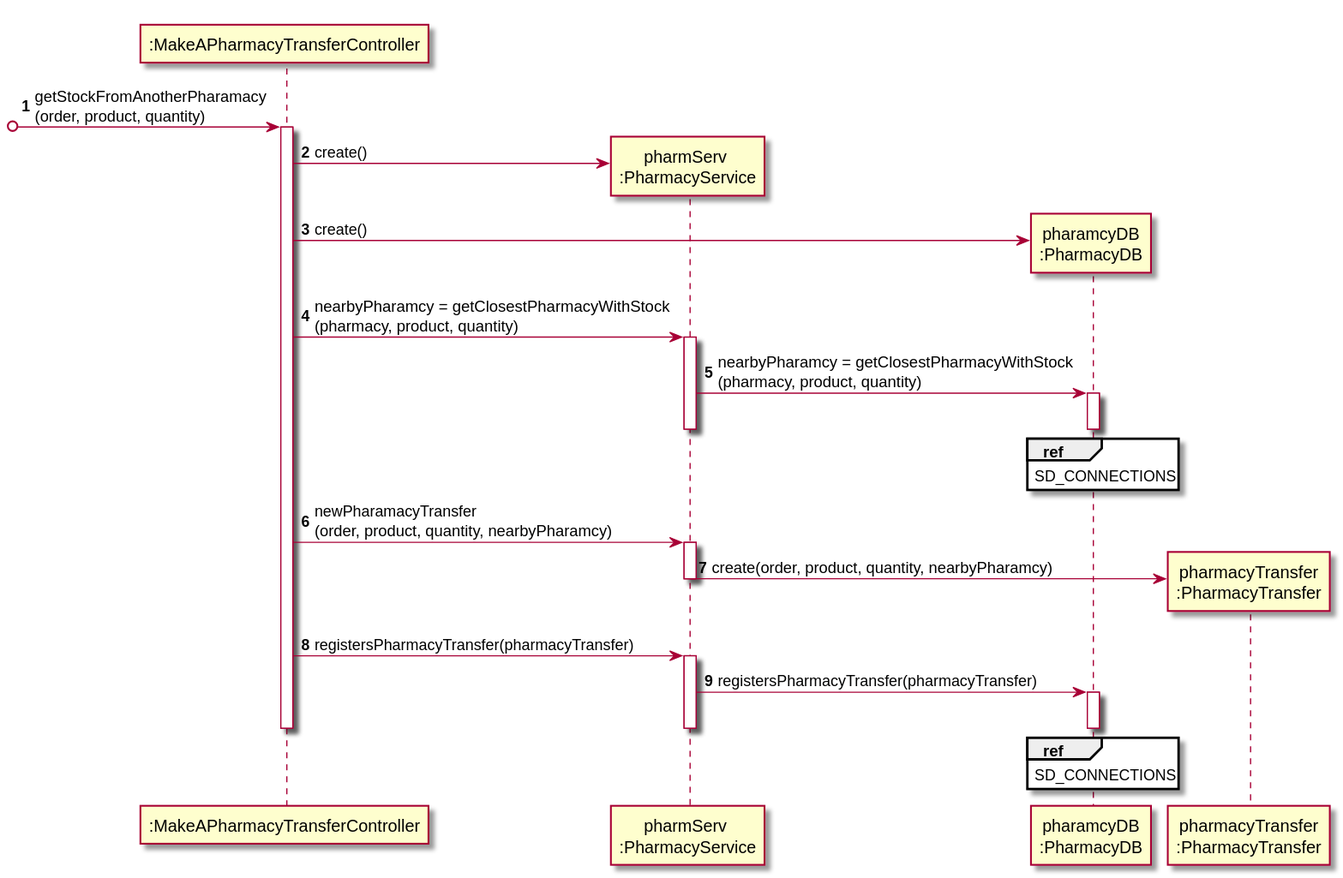
tiagoavcosta25/LAPR3 keeps this PlantUML diagram as docs/Iteration 2/Pharmacy Management/US200_MakeAPharmacyTransfer/US200_SD.svg. Above is the earlier version.
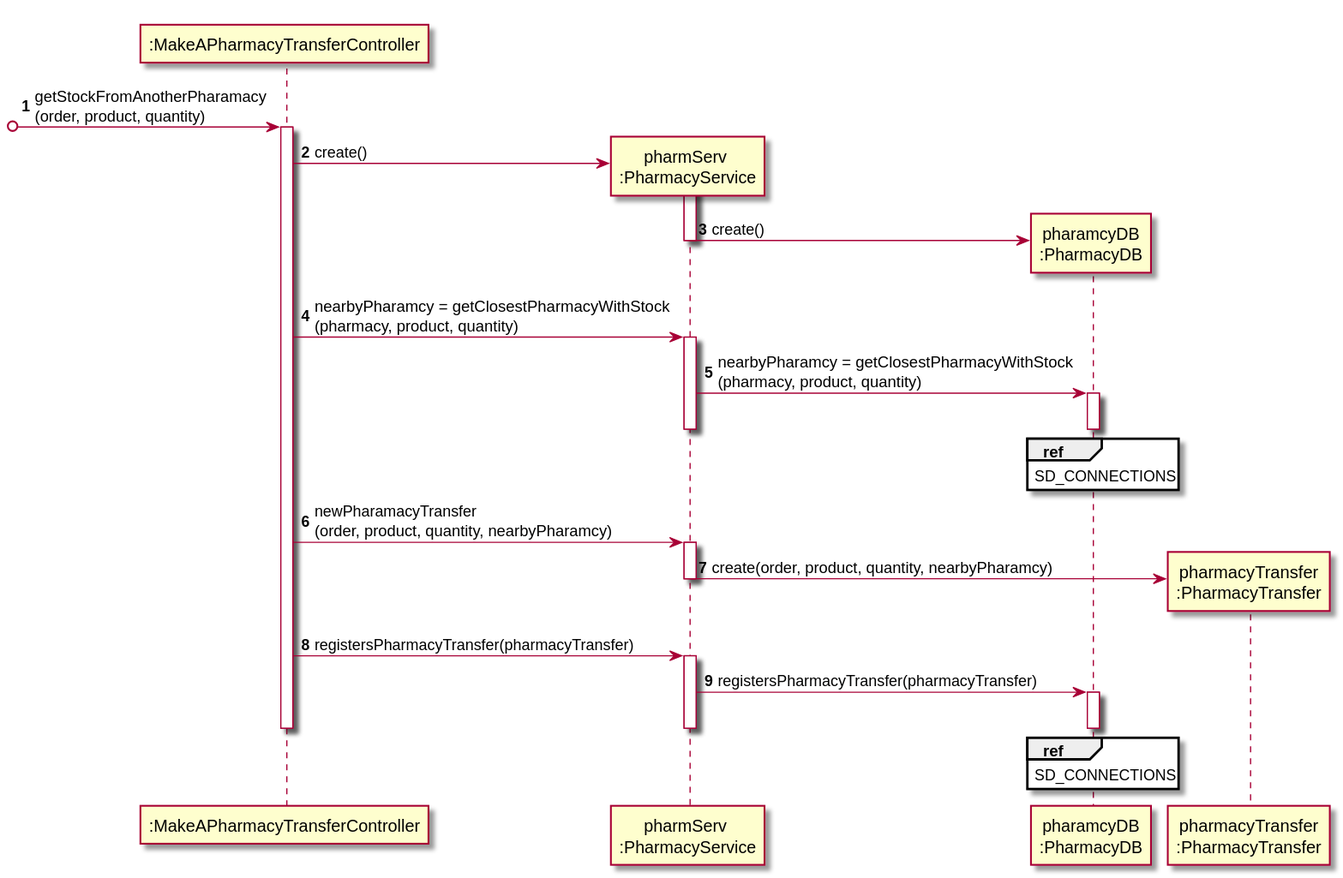
After the change.

The edit, as a diff of the source:
```diff
@@ -8,7 +8,9 @@
 [o-> CTRL : getStockFromAnotherPharamacy\n(order, product, quantity)
 activate CTRL
 CTRL -> PS** : create()
-CTRL -> PDB** : create()
+activate PS
+PS -> PDB** : create()
+deactivate PS
 CTRL -> PS : nearbyPharamcy = getClosestPharmacyWithStock\n(pharmacy, product, quantity)
 activate PS
 PS -> PDB : nearbyPharamcy = getClosestPharmacyWithStock\n(pharmacy, product, quantity)
```
